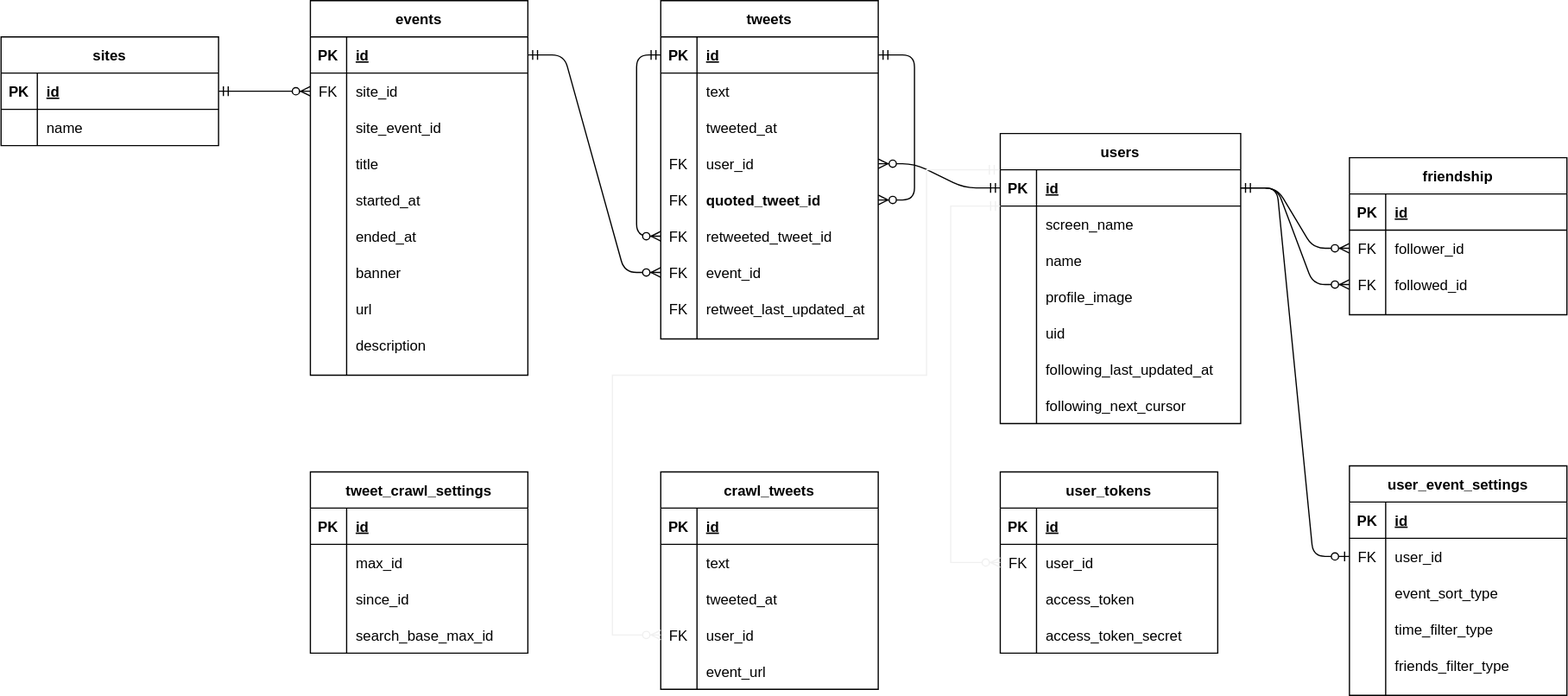
Earlier version of the draw.io export docs/er.drawio.svg (mh-mobile/event_follow). Source tidied: cells renumbered, new cells last; positions are measured from the earlier drawing's top-left corner, leaving out a move shared by most shapes.
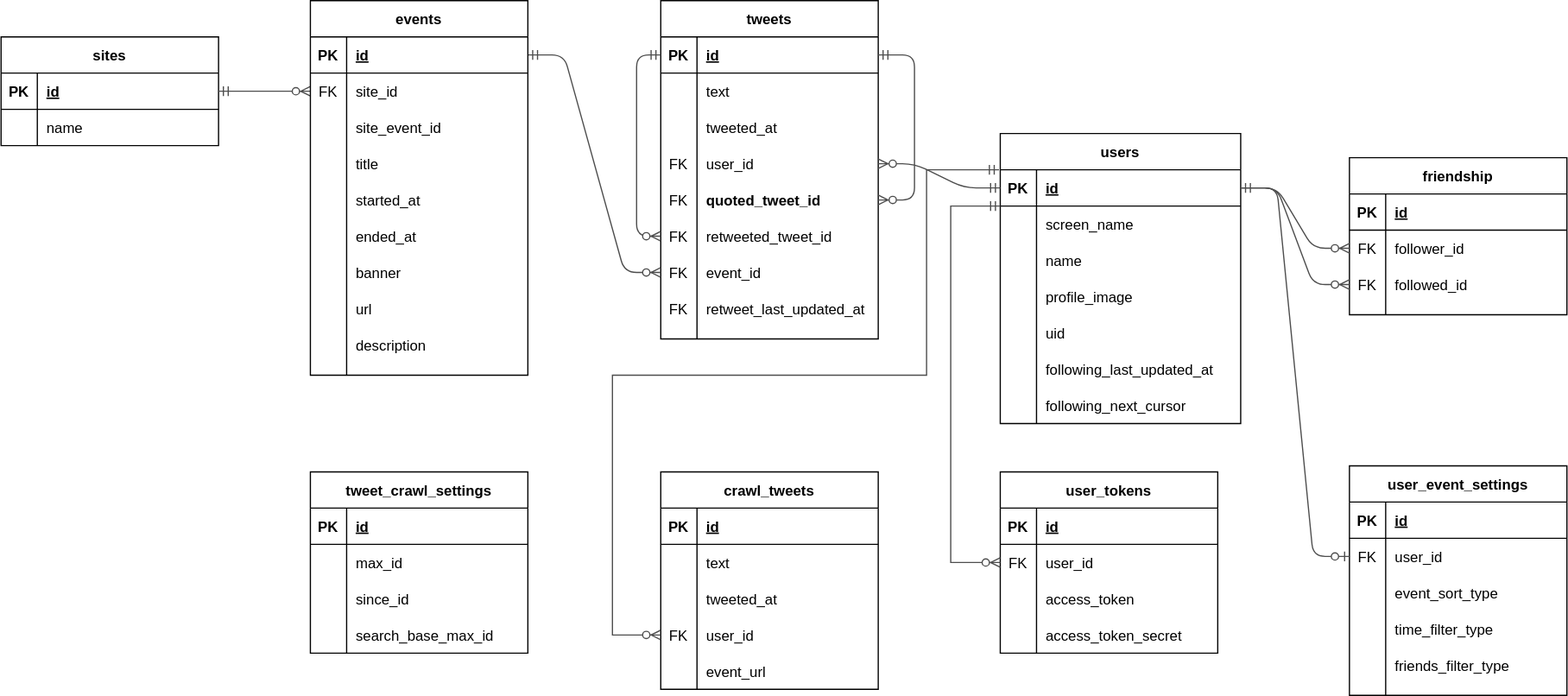
The same file after the commit.

Commit message:
ER図の線の色がみづらいので変更

What changed in the source:
```diff
@@ -50,7 +50,7 @@
     <mxCell id="17" value="quoted_tweet_id" style="shape=partialRectangle;fillColor=none;top=0;left=0;bottom=0;right=0;align=left;spacingLeft=6;overflow=hidden;fontStyle=1;" parent="15" vertex="1">
       <mxGeometry x="30" width="150" height="30" as="geometry" />
     </mxCell>
-    <mxCell id="18" style="edgeStyle=orthogonalEdgeStyle;rounded=1;jettySize=auto;html=1;exitX=0;exitY=0.5;exitDx=0;exitDy=0;entryX=0;entryY=0.5;entryDx=0;entryDy=0;startArrow=ERzeroToMany;startFill=1;endArrow=ERmandOne;endFill=0;" parent="2" edge="1" source="19" target="3">
+    <mxCell id="18" style="edgeStyle=orthogonalEdgeStyle;rounded=1;jettySize=auto;html=1;exitX=0;exitY=0.5;exitDx=0;exitDy=0;entryX=0;entryY=0.5;entryDx=0;entryDy=0;startArrow=ERzeroToMany;startFill=1;endArrow=ERmandOne;endFill=0;strokeColor=#4D4D4D;" parent="2" edge="1" source="19" target="3">
       <mxGeometry relative="1" as="geometry" />
     </mxCell>
     <mxCell id="19" style="shape=partialRectangle;fillColor=none;top=0;left=0;bottom=0;right=0;points=[[0,0.5],[1,0.5]];portConstraint=eastwest;" parent="2" vertex="1">
@@ -71,7 +71,7 @@
     <mxCell id="24" value="event_id" style="shape=partialRectangle;fillColor=none;top=0;left=0;bottom=0;right=0;align=left;spacingLeft=6;overflow=hidden;" parent="22" vertex="1">
       <mxGeometry x="30" width="150" height="30" as="geometry" />
     </mxCell>
-    <mxCell id="25" style="edgeStyle=entityRelationEdgeStyle;fontSize=12;html=1;endArrow=ERmandOne;startArrow=ERzeroToMany;startFill=1;" parent="2" edge="1" source="15" target="3">
+    <mxCell id="25" style="edgeStyle=entityRelationEdgeStyle;fontSize=12;html=1;endArrow=ERmandOne;startArrow=ERzeroToMany;startFill=1;strokeColor=#4D4D4D;" parent="2" edge="1" source="15" target="3">
       <mxGeometry relative="1" as="geometry" />
     </mxCell>
     <mxCell id="26" style="shape=partialRectangle;fillColor=none;top=0;left=0;bottom=0;right=0;" parent="2" vertex="1">
@@ -104,7 +104,7 @@
     <mxCell id="35" value="name" style="shape=partialRectangle;fillColor=none;top=0;left=0;bottom=0;right=0;align=left;spacingLeft=6;overflow=hidden;" parent="33" vertex="1">
       <mxGeometry x="30" width="150" height="30" as="geometry" />
     </mxCell>
-    <mxCell id="36" style="edgeStyle=entityRelationEdgeStyle;fontSize=12;html=1;endArrow=ERzeroToMany;startArrow=ERmandOne;entryX=0;entryY=0.5;entryDx=0;entryDy=0;exitX=1;exitY=0.5;exitDx=0;exitDy=0;endFill=1;" parent="1" edge="1" source="30" target="64">
+    <mxCell id="36" style="edgeStyle=entityRelationEdgeStyle;fontSize=12;html=1;endArrow=ERzeroToMany;startArrow=ERmandOne;entryX=0;entryY=0.5;entryDx=0;entryDy=0;exitX=1;exitY=0.5;exitDx=0;exitDy=0;endFill=1;strokeColor=#4D4D4D;" parent="1" edge="1" source="30" target="64">
       <mxGeometry relative="1" as="geometry" />
     </mxCell>
     <mxCell id="37" value="users" style="shape=table;startSize=30;rowLines=0;fontStyle=1;align=center;" parent="1" vertex="1">
@@ -173,7 +173,7 @@
     <mxCell id="58" value="following_next_cursor" style="shape=partialRectangle;fillColor=none;top=0;left=0;bottom=0;right=0;align=left;spacingLeft=6;overflow=hidden;" parent="56" vertex="1">
       <mxGeometry x="30" width="169" height="30" as="geometry" />
     </mxCell>
-    <mxCell id="59" style="edgeStyle=entityRelationEdgeStyle;fontSize=12;html=1;endArrow=ERzeroToMany;startArrow=ERmandOne;entryX=0;entryY=0.5;entryDx=0;entryDy=0;exitX=1;exitY=0.5;exitDx=0;exitDy=0;endFill=1;" parent="1" edge="1" source="61" target="22">
+    <mxCell id="59" style="edgeStyle=entityRelationEdgeStyle;fontSize=12;html=1;endArrow=ERzeroToMany;startArrow=ERmandOne;entryX=0;entryY=0.5;entryDx=0;entryDy=0;exitX=1;exitY=0.5;exitDx=0;exitDy=0;endFill=1;strokeColor=#4D4D4D;" parent="1" edge="1" source="61" target="22">
       <mxGeometry relative="1" as="geometry" />
     </mxCell>
     <mxCell id="60" value="events" style="shape=table;startSize=30;rowLines=0;fontStyle=1;align=center;" parent="1" vertex="1">
@@ -290,13 +290,13 @@
     <mxCell id="97" value="followed_id" style="shape=partialRectangle;fillColor=none;top=0;left=0;bottom=0;right=0;align=left;spacingLeft=6;overflow=hidden;" parent="95" vertex="1">
       <mxGeometry x="30" width="150" height="30" as="geometry" />
     </mxCell>
-    <mxCell id="98" style="edgeStyle=entityRelationEdgeStyle;fontSize=12;html=1;endArrow=ERzeroToMany;exitX=1;exitY=0.5;exitDx=0;exitDy=0;entryX=0;entryY=0.5;entryDx=0;entryDy=0;endFill=1;" parent="1" edge="1" source="38" target="92">
+    <mxCell id="98" style="edgeStyle=entityRelationEdgeStyle;fontSize=12;html=1;endArrow=ERzeroToMany;exitX=1;exitY=0.5;exitDx=0;exitDy=0;entryX=0;entryY=0.5;entryDx=0;entryDy=0;endFill=1;strokeColor=#4D4D4D;" parent="1" edge="1" source="38" target="92">
       <mxGeometry relative="1" as="geometry" />
     </mxCell>
-    <mxCell id="99" style="edgeStyle=entityRelationEdgeStyle;fontSize=12;html=1;endArrow=ERzeroToMany;exitX=1;exitY=0.5;exitDx=0;exitDy=0;entryX=0;entryY=0.5;entryDx=0;entryDy=0;endFill=1;" parent="1" edge="1" source="38" target="95">
+    <mxCell id="99" style="edgeStyle=entityRelationEdgeStyle;fontSize=12;html=1;endArrow=ERzeroToMany;exitX=1;exitY=0.5;exitDx=0;exitDy=0;entryX=0;entryY=0.5;entryDx=0;entryDy=0;endFill=1;strokeColor=#4D4D4D;" parent="1" edge="1" source="38" target="95">
       <mxGeometry relative="1" as="geometry" />
     </mxCell>
-    <mxCell id="100" style="edgeStyle=entityRelationEdgeStyle;fontSize=12;html=1;endArrow=ERmandOne;startArrow=ERzeroToMany;startFill=1;endFill=0;entryX=0;entryY=0.5;entryDx=0;entryDy=0;exitX=1;exitY=0.5;exitDx=0;exitDy=0;" parent="1" edge="1" source="12" target="38">
+    <mxCell id="100" style="edgeStyle=entityRelationEdgeStyle;fontSize=12;html=1;endArrow=ERmandOne;startArrow=ERzeroToMany;startFill=1;endFill=0;entryX=0;entryY=0.5;entryDx=0;entryDy=0;exitX=1;exitY=0.5;exitDx=0;exitDy=0;strokeColor=#4D4D4D;" parent="1" edge="1" source="12" target="38">
       <mxGeometry relative="1" as="geometry" />
     </mxCell>
     <mxCell id="101" value="user_event_settings" style="shape=table;startSize=30;rowLines=0;fontStyle=1;align=center;" parent="1" vertex="1">
@@ -347,7 +347,7 @@
     <mxCell id="116" value="friends_filter_type" style="shape=partialRectangle;fillColor=none;top=0;left=0;bottom=0;right=0;align=left;spacingLeft=6;overflow=hidden;" parent="114" vertex="1">
       <mxGeometry x="30" width="150" height="30" as="geometry" />
     </mxCell>
-    <mxCell id="117" style="edgeStyle=entityRelationEdgeStyle;fontSize=12;html=1;endArrow=ERzeroToOne;startArrow=ERmandOne;entryX=0;entryY=0.5;entryDx=0;entryDy=0;exitX=1;exitY=0.5;exitDx=0;exitDy=0;endFill=1;" parent="1" edge="1" source="38" target="105">
+    <mxCell id="117" style="edgeStyle=entityRelationEdgeStyle;fontSize=12;html=1;endArrow=ERzeroToOne;startArrow=ERmandOne;entryX=0;entryY=0.5;entryDx=0;entryDy=0;exitX=1;exitY=0.5;exitDx=0;exitDy=0;endFill=1;strokeColor=#4D4D4D;" parent="1" edge="1" source="38" target="105">
       <mxGeometry relative="1" as="geometry" />
     </mxCell>
     <mxCell id="118" value="user_tokens" style="shape=table;startSize=30;rowLines=0;fontStyle=1;align=center;" parent="1" vertex="1">
@@ -476,7 +476,7 @@
     <mxCell id="159" value="search_base_max_id" style="shape=partialRectangle;fillColor=none;top=0;left=0;bottom=0;right=0;align=left;spacingLeft=6;overflow=hidden;" parent="157" vertex="1">
       <mxGeometry x="30" width="150" height="30" as="geometry" />
     </mxCell>
-    <mxCell id="160" style="edgeStyle=orthogonalEdgeStyle;rounded=0;jettySize=auto;html=1;endArrow=ERzeroToMany;endFill=1;strokeColor=#f0f0f0;entryX=0;entryY=0.5;entryDx=0;entryDy=0;startArrow=ERmandOne;startFill=0;" parent="1" edge="1" source="38" target="122">
+    <mxCell id="160" style="edgeStyle=orthogonalEdgeStyle;rounded=0;jettySize=auto;html=1;endArrow=ERzeroToMany;endFill=1;entryX=0;entryY=0.5;entryDx=0;entryDy=0;startArrow=ERmandOne;startFill=0;strokeColor=#4D4D4D;" parent="1" edge="1" source="38" target="122">
       <mxGeometry relative="1" as="geometry">
         <Array as="points">
           <mxPoint x="786" y="170" />
@@ -484,7 +484,7 @@
         </Array>
       </mxGeometry>
     </mxCell>
-    <mxCell id="161" style="edgeStyle=orthogonalEdgeStyle;rounded=0;jettySize=auto;html=1;exitX=0;exitY=0.5;exitDx=0;exitDy=0;startArrow=ERzeroToMany;startFill=1;endArrow=ERmandOne;endFill=0;strokeColor=#f0f0f0;" parent="1" edge="1" source="141">
+    <mxCell id="161" style="edgeStyle=orthogonalEdgeStyle;rounded=0;jettySize=auto;html=1;exitX=0;exitY=0.5;exitDx=0;exitDy=0;startArrow=ERzeroToMany;startFill=1;endArrow=ERmandOne;endFill=0;strokeColor=#4D4D4D;" parent="1" edge="1" source="141">
       <mxGeometry relative="1" as="geometry">
         <mxPoint x="826" y="140" as="targetPoint" />
         <Array as="points">
```
